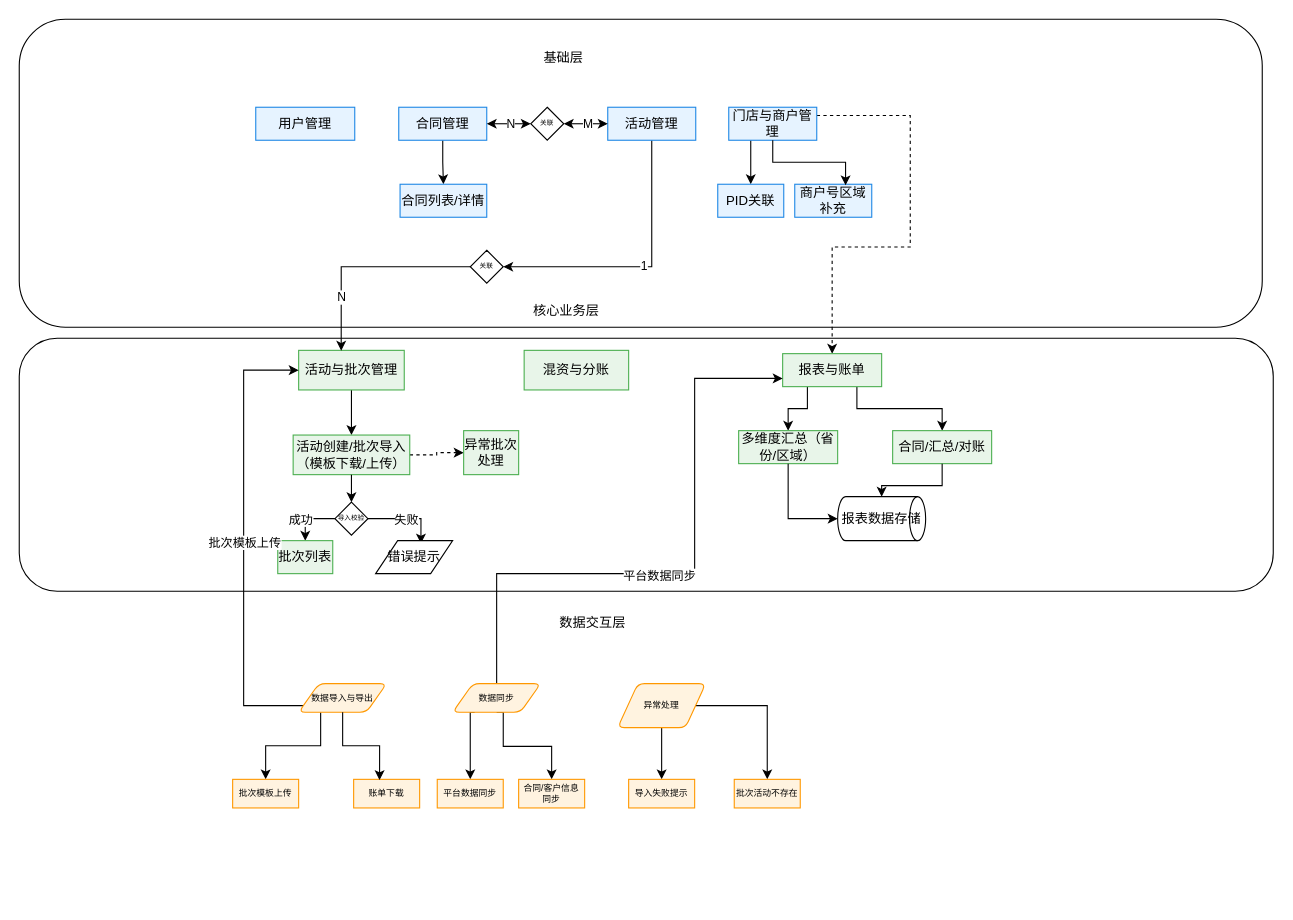
Before: 卡券对账.drawio in yoonai/MyTestFolder, a draw.io diagram. Source tidied: cells renumbered, new cells numbered last; positions are measured from the earlier drawing's top-left corner, leaving out a move shared by most shapes. Both pictures are drawn from the tidied source at 110%, with x=0, y=0 at pixel (19, 19).
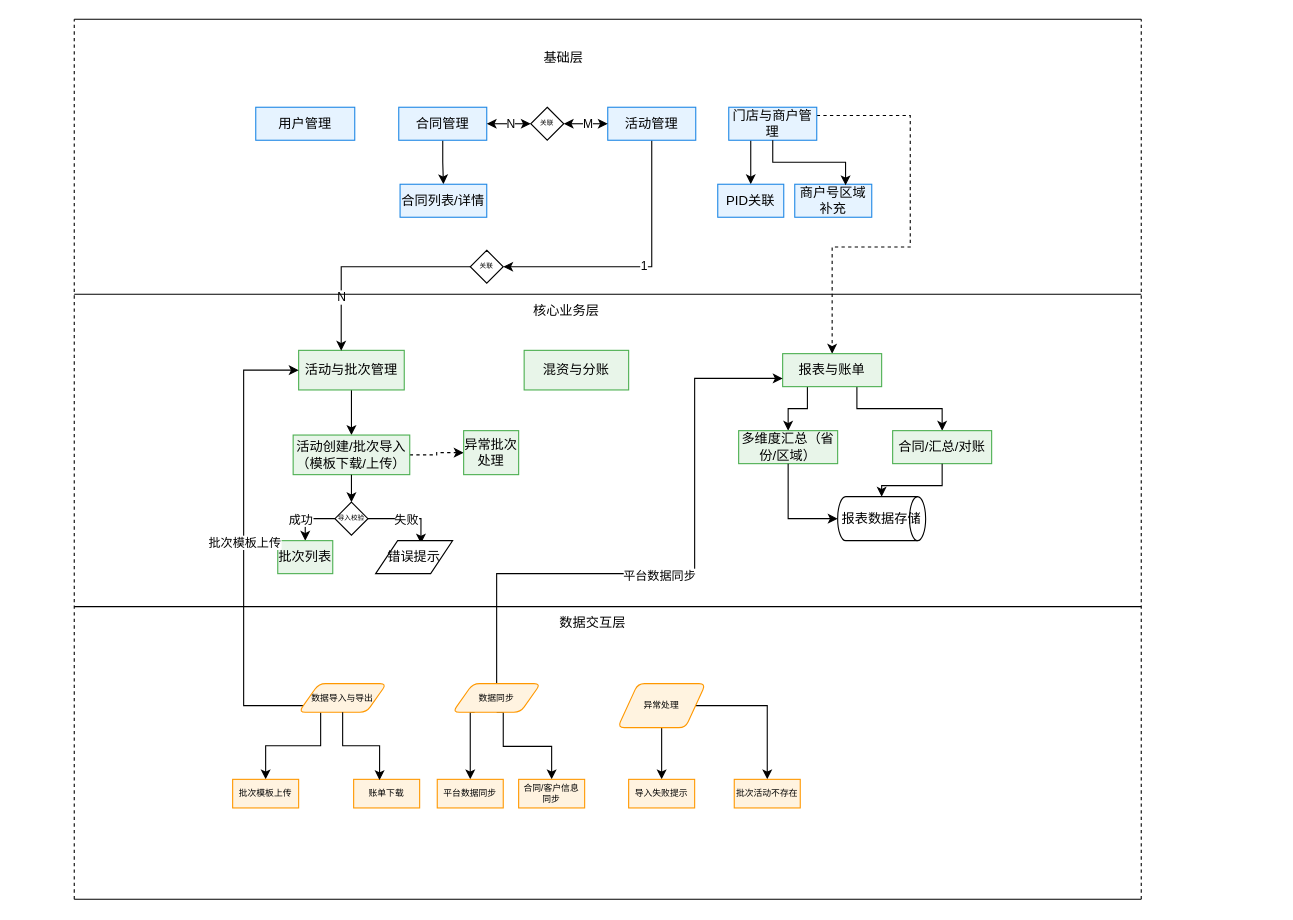
The same diagram, later.

Commit message:
更新卡券对账.drawio

The edit, as a diff of the source:
```diff
@@
-    <mxCell id="2" style="rounded=1;whiteSpace=wrap;html=1;" parent="1" vertex="1">
-      <mxGeometry y="290" width="1140" height="230" as="geometry" />
-    </mxCell>
-    <mxCell id="3" style="rounded=1;whiteSpace=wrap;html=1;" parent="1" vertex="1">
-      <mxGeometry width="1130" height="280" as="geometry" />
-    </mxCell>
@@
+    <mxCell id="70" style="endArrow=none;html=1;rounded=0;" parent="1" edge="1">
+      <mxGeometry relative="1" as="geometry">
+        <mxPoint x="50" as="sourcePoint" />
+        <mxPoint x="1020" as="targetPoint" />
+      </mxGeometry>
+    </mxCell>
+    <mxCell id="71" style="endArrow=none;html=1;rounded=0;" parent="1" edge="1">
+      <mxGeometry relative="1" as="geometry">
+        <mxPoint x="50" y="250" as="sourcePoint" />
+        <mxPoint x="1020" y="250" as="targetPoint" />
+      </mxGeometry>
+    </mxCell>
+    <mxCell id="72" style="endArrow=none;html=1;rounded=0;" parent="1" edge="1">
+      <mxGeometry relative="1" as="geometry">
+        <mxPoint x="50" y="534" as="sourcePoint" />
+        <mxPoint x="1020" y="534" as="targetPoint" />
+      </mxGeometry>
+    </mxCell>
+    <mxCell id="73" style="endArrow=none;html=1;rounded=0;" parent="1" edge="1">
+      <mxGeometry relative="1" as="geometry">
+        <mxPoint x="50" y="800" as="sourcePoint" />
+        <mxPoint x="1020" y="800" as="targetPoint" />
+      </mxGeometry>
+    </mxCell>
+    <mxCell id="74" style="endArrow=none;dashed=1;html=1;rounded=0;" parent="1" edge="1">
+      <mxGeometry relative="1" as="geometry">
+        <mxPoint x="50" y="800" as="sourcePoint" />
+        <mxPoint x="50" as="targetPoint" />
+      </mxGeometry>
+    </mxCell>
+    <mxCell id="75" style="endArrow=none;dashed=1;html=1;rounded=0;" parent="1" edge="1">
+      <mxGeometry relative="1" as="geometry">
+        <mxPoint x="1020" y="800" as="sourcePoint" />
+        <mxPoint x="1020" as="targetPoint" />
+      </mxGeometry>
+    </mxCell>
```
